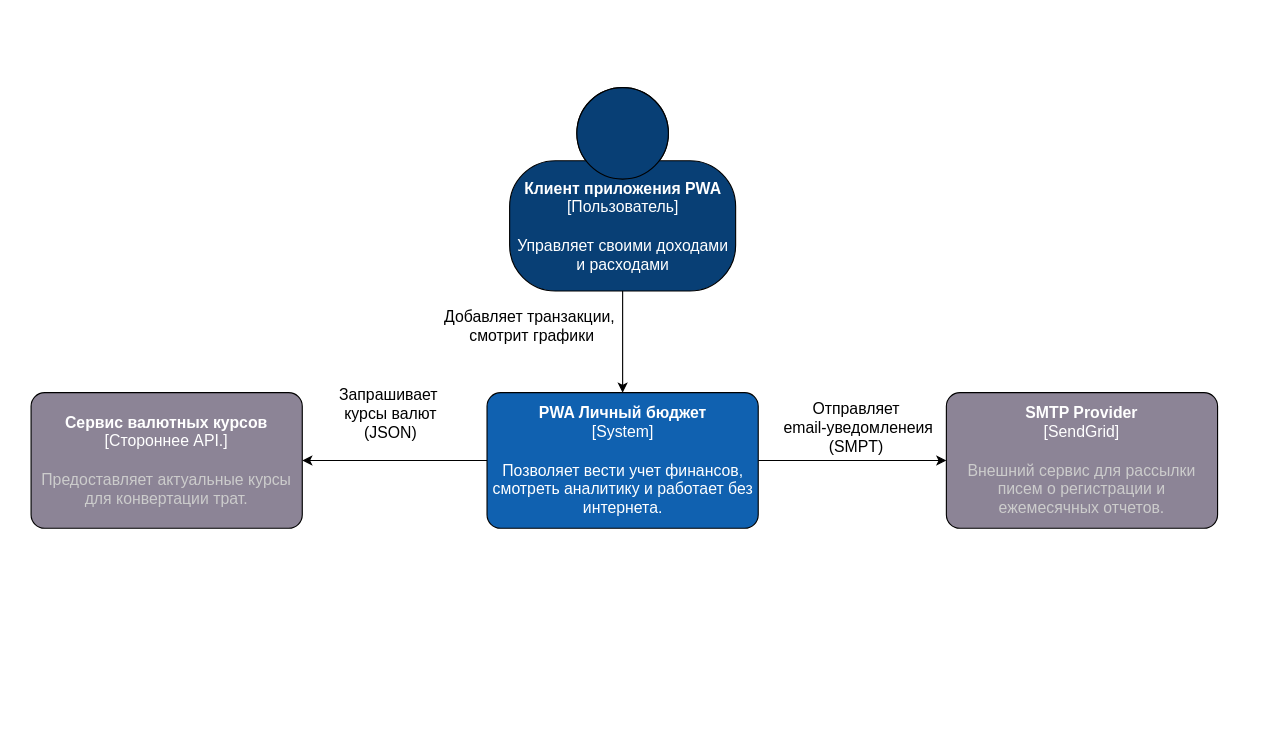
The draw.io diagram page "Контекст" (1 of 5) of docs/PWA_App.drawio in Dane4ka-in-IT/diakon-pay, before the edit. Source tidied: cells renumbered, new cells numbered last; positions are measured from the earlier drawing's top-left corner, leaving out a move shared by most shapes. Both pictures are drawn from the tidied source at 113%, with x=0, y=0 at pixel (31, 87).
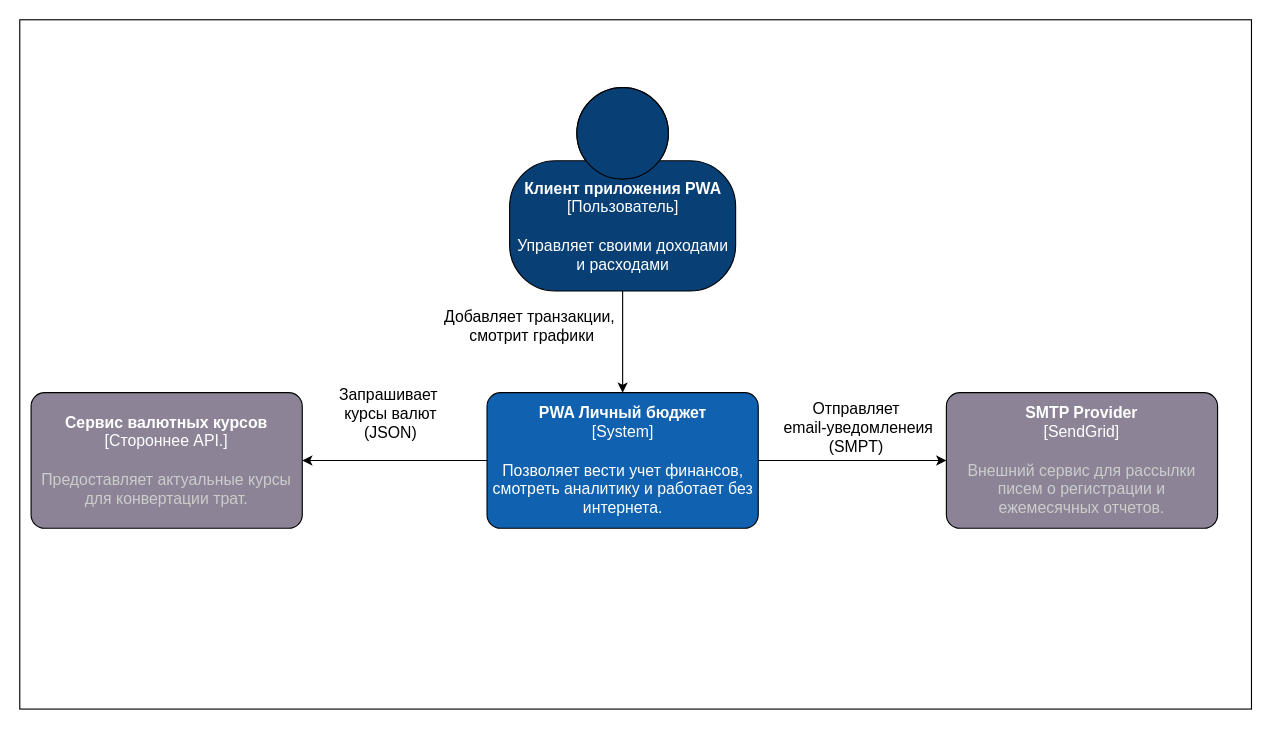
The same page after the edit.

What changed in the source:
```diff
@@
 <mxGraphModel>
   <root>
     <mxCell id="0" />
     <mxCell id="1" parent="0" />
+    <mxCell id="12" style="rounded=0;whiteSpace=wrap;html=1;" parent="1" vertex="1">
+      <mxGeometry x="-10" y="-60" width="1090" height="610" as="geometry" />
+    </mxCell>
     <mxCell id="2" style="edgeStyle=orthogonalEdgeStyle;rounded=1;jettySize=auto;html=1;fontSize=14;strokeColor=default;labelBackgroundColor=none;fontColor=default;" parent="1" edge="1" source="4" target="9">
       <mxGeometry relative="1" as="geometry" />
     </mxCell>
     <mxCell id="3" value="&lt;font style=&quot;&quot;&gt;Добавляет транзакции,&lt;/font&gt;&lt;div&gt;&lt;font style=&quot;&quot;&gt;&amp;nbsp;смотрит графики&lt;/font&gt;&lt;/div&gt;" style="edgeLabel;html=1;align=center;verticalAlign=middle;fontSize=14;rounded=1;labelBackgroundColor=none;fontColor=#000000;" parent="2" vertex="1">
       <mxGeometry x="-0.01" y="-3" relative="1" as="geometry">
         <mxPoint x="-80" y="-15" as="offset" />
       </mxGeometry>
     </mxCell>
     <object id="4" label="&lt;font&gt;&lt;b&gt;%c4Name%&lt;/b&gt;&lt;/font&gt;&lt;div&gt;[%c4Type%]&lt;/div&gt;&lt;br&gt;&lt;div&gt;&lt;font&gt;&lt;font&gt;%c4Description%&lt;/font&gt;&lt;/font&gt;&lt;/div&gt;" c4Description="Управляет своими доходами и расходами" c4Name="Клиент приложения PWA" c4Type="Пользователь" placeholders="1">
       <mxCell style="html=1;fontSize=14;dashed=0;whiteSpace=wrap;fillColor=#083F75;strokeColor=default;fontColor=#FFFFFF;shape=mxgraph.c4.person2;align=center;points=[[0.5,0,0],[1,0.5,0],[1,0.75,0],[0.75,1,0],[0.5,1,0],[0.25,1,0],[0,0.75,0],[0,0.5,0]];rounded=1;labelBackgroundColor=none;" parent="1" vertex="1">
         <mxGeometry x="423.5" width="200" height="180" as="geometry" />
       </mxCell>
     </object>
     <mxCell id="5" style="edgeStyle=orthogonalEdgeStyle;rounded=1;jettySize=auto;html=1;fontSize=14;strokeColor=default;labelBackgroundColor=none;fontColor=#000000;" parent="1" edge="1" source="9" target="10">
       <mxGeometry relative="1" as="geometry" />
     </mxCell>
     <mxCell id="6" value="&lt;font style=&quot;&quot;&gt;Запрашивает&amp;nbsp;&lt;/font&gt;&lt;div&gt;&lt;font style=&quot;&quot;&gt;курсы валют&lt;br&gt;(JSON)&lt;/font&gt;&lt;/div&gt;" style="edgeLabel;html=1;align=center;verticalAlign=middle;fontSize=14;rounded=1;labelBackgroundColor=none;fontColor=#000000;" parent="5" vertex="1">
       <mxGeometry x="0.08" y="-2" relative="1" as="geometry">
         <mxPoint x="2" y="-40" as="offset" />
       </mxGeometry>
     </mxCell>
     <mxCell id="7" style="edgeStyle=orthogonalEdgeStyle;rounded=1;jettySize=auto;html=1;fontSize=14;strokeColor=#000000;labelBackgroundColor=none;fontColor=#000000;" parent="1" edge="1" source="9" target="11">
       <mxGeometry relative="1" as="geometry" />
     </mxCell>
     <mxCell id="8" value="&lt;font style=&quot;&quot;&gt;Отправляет&lt;/font&gt;&lt;div&gt;&lt;font style=&quot;&quot;&gt;&amp;nbsp;email-уведомленеия&lt;br&gt;(SMPT)&lt;/font&gt;&lt;/div&gt;" style="edgeLabel;html=1;align=center;verticalAlign=middle;fontSize=14;rounded=1;labelBackgroundColor=none;fontColor=#000000;" parent="7" vertex="1">
       <mxGeometry x="-0.01" y="3" relative="1" as="geometry">
         <mxPoint x="4" y="-27" as="offset" />
       </mxGeometry>
     </mxCell>
     <object id="9" label="&lt;font&gt;&lt;b&gt;%c4Name%&lt;/b&gt;&lt;/font&gt;&lt;div&gt;[%c4Type%]&lt;/div&gt;&lt;br&gt;&lt;div&gt;&lt;font&gt;&lt;font&gt;%c4Description%&lt;/font&gt;&lt;/font&gt;&lt;/div&gt;" c4Description="Позволяет вести учет финансов, смотреть аналитику и работает без интернета." c4Name="PWA Личный бюджет" c4Type="System" placeholders="1">
       <mxCell style="rounded=1;whiteSpace=wrap;html=1;labelBackgroundColor=none;fillColor=#1061B0;fontColor=#FFFFFF;align=center;arcSize=10;strokeColor=default;points=[[0.25,0,0],[0.5,0,0],[0.75,0,0],[1,0.25,0],[1,0.5,0],[1,0.75,0],[0.75,1,0],[0.5,1,0],[0.25,1,0],[0,0.75,0],[0,0.5,0],[0,0.25,0]];fontSize=14;" parent="1" vertex="1">
         <mxGeometry x="403.5" y="270" width="240" height="120" as="geometry" />
       </mxCell>
     </object>
     <object id="10" label="&lt;font&gt;&lt;b&gt;%c4Name%&lt;/b&gt;&lt;/font&gt;&lt;div&gt;[%c4Type%]&lt;/div&gt;&lt;br&gt;&lt;div&gt;&lt;font&gt;&lt;font color=&quot;#cccccc&quot;&gt;%c4Description%&lt;/font&gt;&lt;/font&gt;&lt;/div&gt;" c4Description="Предоставляет актуальные курсы для конвертации трат." c4Name="Сервис валютных курсов" c4Type="Стороннее API." placeholders="1">
       <mxCell style="rounded=1;whiteSpace=wrap;html=1;labelBackgroundColor=none;fillColor=#8C8496;fontColor=#ffffff;align=center;arcSize=10;strokeColor=default;points=[[0.25,0,0],[0.5,0,0],[0.75,0,0],[1,0.25,0],[1,0.5,0],[1,0.75,0],[0.75,1,0],[0.5,1,0],[0.25,1,0],[0,0.75,0],[0,0.5,0],[0,0.25,0]];fontSize=14;" parent="1" vertex="1">
         <mxGeometry y="270" width="240" height="120" as="geometry" />
       </mxCell>
     </object>
     <object id="11" label="&lt;font&gt;&lt;b&gt;%c4Name%&lt;/b&gt;&lt;/font&gt;&lt;div&gt;[%c4Type%]&lt;/div&gt;&lt;br&gt;&lt;div&gt;&lt;font&gt;&lt;font color=&quot;#cccccc&quot;&gt;%c4Description%&lt;/font&gt;&lt;/font&gt;&lt;/div&gt;" c4Description="Внешний сервис для рассылки писем о регистрации и ежемесячных отчетов." c4Name="SMTP Provider" c4Type="SendGrid" placeholders="1">
       <mxCell style="rounded=1;whiteSpace=wrap;html=1;labelBackgroundColor=none;fillColor=#8C8496;fontColor=#ffffff;align=center;arcSize=10;strokeColor=default;points=[[0.25,0,0],[0.5,0,0],[0.75,0,0],[1,0.25,0],[1,0.5,0],[1,0.75,0],[0.75,1,0],[0.5,1,0],[0.25,1,0],[0,0.75,0],[0,0.5,0],[0,0.25,0]];fontSize=14;" parent="1" vertex="1">
         <mxGeometry x="810" y="270" width="240" height="120" as="geometry" />
       </mxCell>
     </object>
   </root>
 </mxGraphModel>
```
